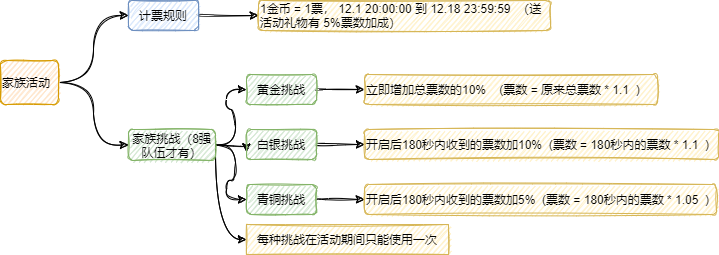
Above: 顽皮-年度活动.png in 171437912/drawfiles (draw.io), before the change. Source tidied: cells renumbered, new cells last; positions are measured from the earlier drawing's top-left corner, leaving out a move shared by most shapes.
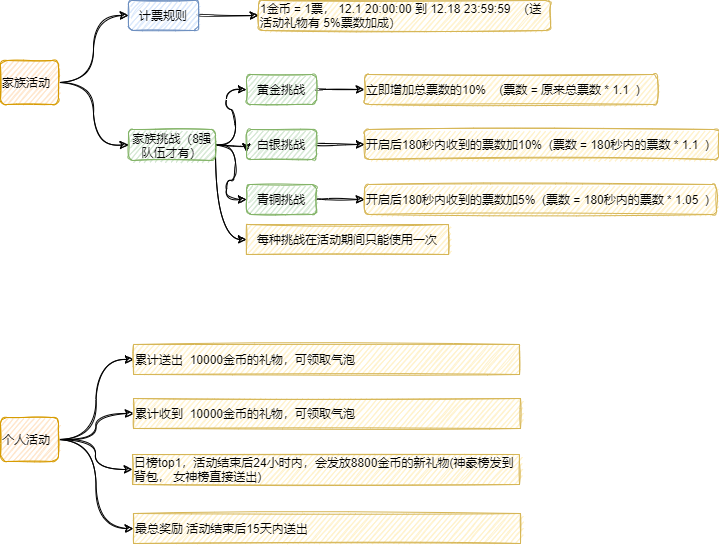
Later version of the same file.

Commit message:
更新顽皮-年度活动.png

Diff of the diagram source:
```diff
@@ -69,5 +69,32 @@
     <mxCell id="22" value="每种挑战在活动期间只能使用一次" style="text;html=1;strokeColor=#d6b656;fillColor=#fff2cc;align=center;verticalAlign=middle;whiteSpace=wrap;rounded=0;sketch=1;" parent="1" vertex="1">
       <mxGeometry x="246" y="224" width="202" height="30" as="geometry" />
     </mxCell>
+    <mxCell id="23" style="edgeStyle=orthogonalEdgeStyle;curved=1;rounded=1;sketch=1;jettySize=auto;html=1;exitX=1;exitY=0.5;exitDx=0;exitDy=0;entryX=0;entryY=0.5;entryDx=0;entryDy=0;" parent="1" edge="1" source="27" target="28">
+      <mxGeometry relative="1" as="geometry" />
+    </mxCell>
+    <mxCell id="24" style="edgeStyle=orthogonalEdgeStyle;curved=1;rounded=1;sketch=1;jettySize=auto;html=1;exitX=1;exitY=0.5;exitDx=0;exitDy=0;entryX=0;entryY=0.5;entryDx=0;entryDy=0;" parent="1" edge="1" source="27" target="29">
+      <mxGeometry relative="1" as="geometry" />
+    </mxCell>
+    <mxCell id="25" style="edgeStyle=orthogonalEdgeStyle;curved=1;rounded=1;sketch=1;jettySize=auto;html=1;exitX=1;exitY=0.5;exitDx=0;exitDy=0;entryX=0;entryY=0.5;entryDx=0;entryDy=0;" parent="1" edge="1" source="27" target="30">
+      <mxGeometry relative="1" as="geometry" />
+    </mxCell>
+    <mxCell id="26" style="edgeStyle=orthogonalEdgeStyle;curved=1;rounded=1;sketch=1;jettySize=auto;html=1;exitX=1;exitY=0.5;exitDx=0;exitDy=0;entryX=0;entryY=0.5;entryDx=0;entryDy=0;" parent="1" edge="1" source="27" target="31">
+      <mxGeometry relative="1" as="geometry" />
+    </mxCell>
+    <mxCell id="27" value="个人活动" style="whiteSpace=wrap;html=1;align=left;fillColor=#ffe6cc;strokeColor=#d79b00;sketch=1;rounded=1;" parent="1" vertex="1">
+      <mxGeometry y="417" width="58" height="44" as="geometry" />
+    </mxCell>
+    <mxCell id="28" value="累计送出&amp;nbsp; 10000金币的礼物，可领取气泡" style="text;html=1;strokeColor=#d6b656;fillColor=#fff2cc;align=left;verticalAlign=middle;whiteSpace=wrap;rounded=0;sketch=1;" parent="1" vertex="1">
+      <mxGeometry x="133" y="344" width="386" height="30" as="geometry" />
+    </mxCell>
+    <mxCell id="29" value="累计收到&amp;nbsp; 10000金币的礼物，可领取气泡" style="text;html=1;strokeColor=#d6b656;fillColor=#fff2cc;align=left;verticalAlign=middle;whiteSpace=wrap;rounded=0;sketch=1;" parent="1" vertex="1">
+      <mxGeometry x="133" y="398" width="387" height="30" as="geometry" />
+    </mxCell>
+    <mxCell id="30" value="日榜top1，活动结束后24小时内，会发放8800金币的新礼物(神豪榜发到背包， 女神榜直接送出)" style="text;html=1;strokeColor=#d6b656;fillColor=#fff2cc;align=left;verticalAlign=middle;whiteSpace=wrap;rounded=0;sketch=1;" parent="1" vertex="1">
+      <mxGeometry x="132" y="454" width="387" height="30" as="geometry" />
+    </mxCell>
+    <mxCell id="31" value="最总奖励 活动结束后15天内送出" style="text;html=1;strokeColor=#d6b656;fillColor=#fff2cc;align=left;verticalAlign=middle;whiteSpace=wrap;rounded=0;sketch=1;" parent="1" vertex="1">
+      <mxGeometry x="133" y="513" width="387" height="30" as="geometry" />
+    </mxCell>
   </root>
 </mxGraphModel>
```
